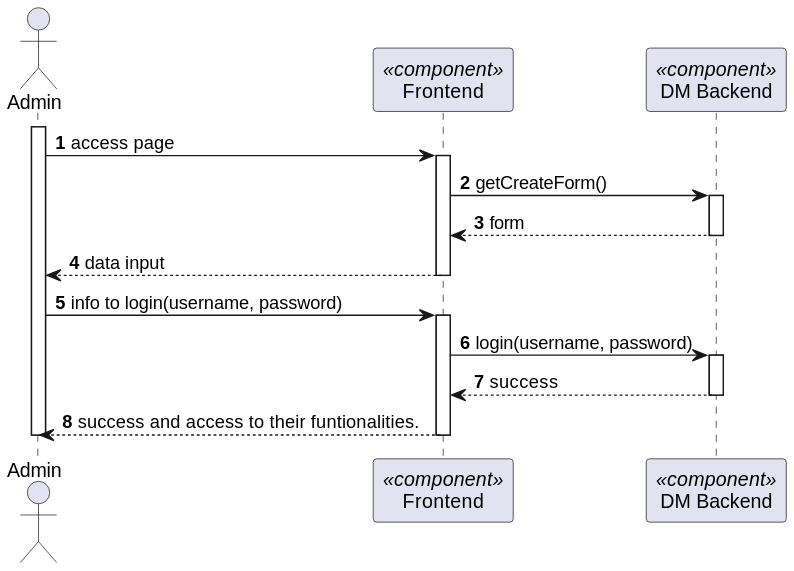
Earlier version of the PlantUML export docs/BackofficeModule/7.2.7/sequence-diagram-2.svg (Ana-Miguel-Silva/SurgicalAppointmentAndResourceManagement).
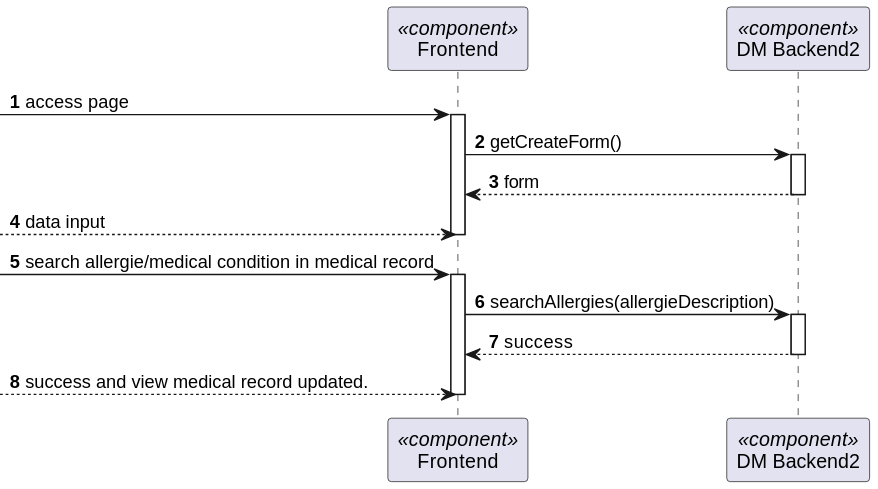
The same diagram one commit later.

Change to the diagram source:
```diff
@@ -4,28 +4,25 @@
 
 autonumber
 
-actor "Admin" as AD
 participant "Frontend" as FE <<component>>
-participant "DM Backend" as BE <<component>>
+participant "DM Backend2" as BE <<component>>
 
 
 
-activate AD
-AD -> FE: access page
+ -> FE: access page
 activate FE
 FE -> BE: getCreateForm()
 activate BE
 BE --> FE: form
 deactivate BE
-FE --> AD : data input
+--> FE : data input
 deactivate FE
-AD -> FE : info to login(username, password)
+ -> FE : search allergie/medical condition in medical record
 activate FE
-FE -> BE : login(username, password)
+FE -> BE : searchAllergies(allergieDescription)
 activate BE
 BE --> FE: success
 deactivate BE
-FE --> AD : success and access to their funtionalities.
+--> FE: success and view medical record updated.
 deactivate FE
-deactivate AD
 @enduml
```
